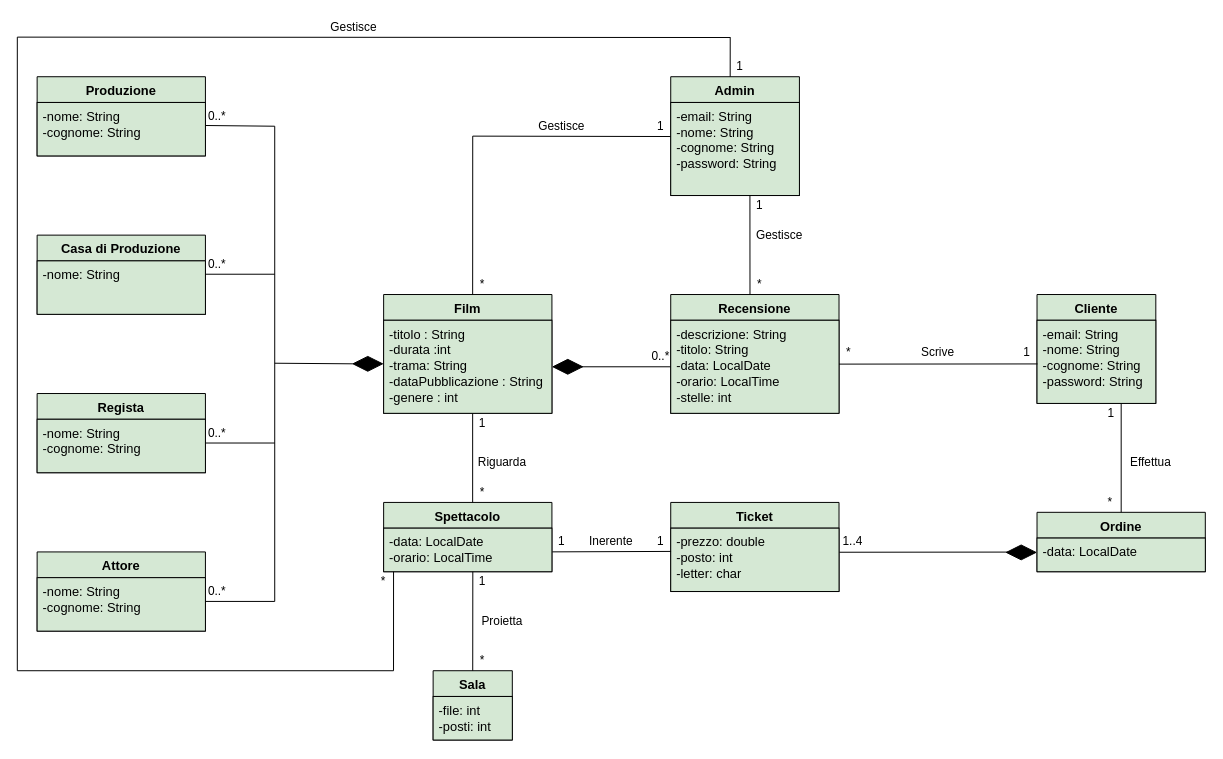
The draw.io diagram page "Page-6" (6 of 13) of Docs/Class_diagram_generale.drawio in BlooDMasK/UniCinema, before the edit. Source tidied: cells renumbered, new cells numbered last; positions are measured from the earlier drawing's top-left corner, leaving out a move shared by most shapes. Both pictures are drawn from the tidied source at 99%, with x=0, y=0 at pixel (17, 17).
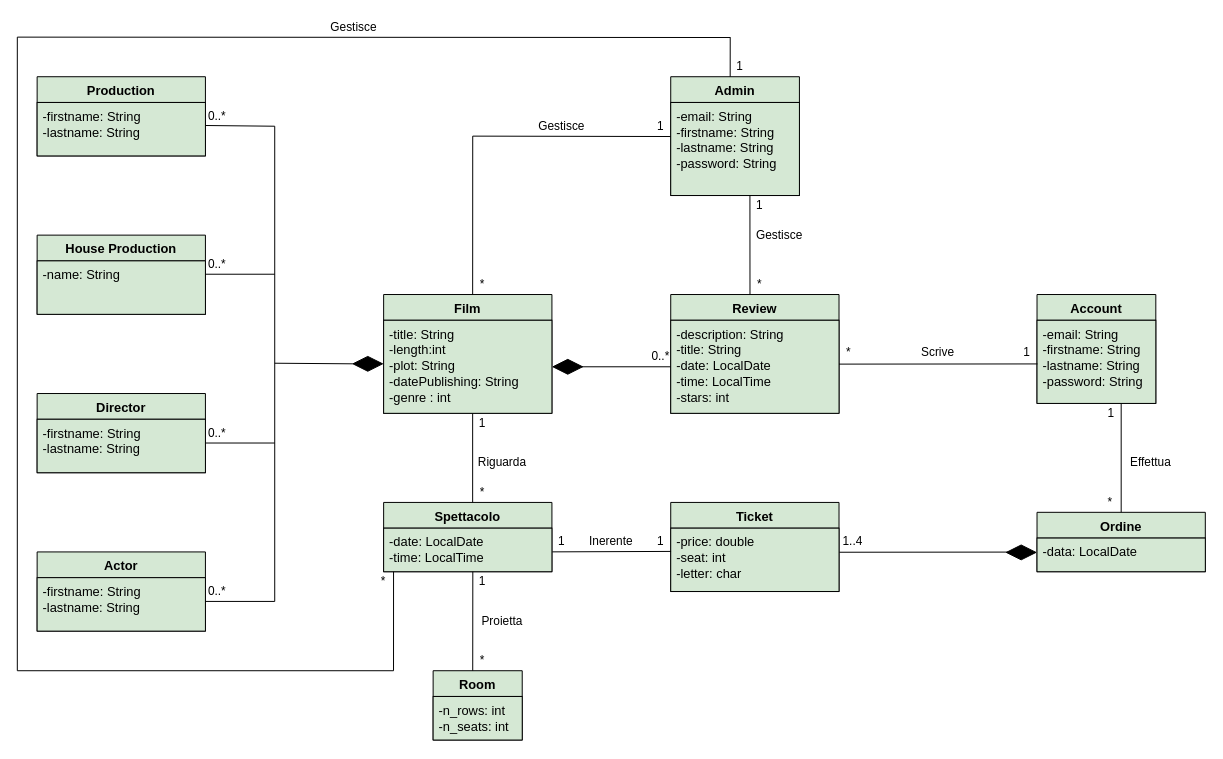
Above is the later version.

The change refers to these unchanged cells:
```xml
<mxCell id="2" value="Film" style="swimlane;fontStyle=1;align=center;verticalAlign=top;horizontal=1;startSize=26;fillColor=#d5e8d4;strokeColor=#000000;fontSize=13;" parent="1" vertex="1">
  <mxGeometry x="370" y="280" width="170" height="120" as="geometry" />
</mxCell>
<mxCell id="5" value="Admin" style="swimlane;fontStyle=1;align=center;verticalAlign=top;horizontal=1;startSize=26;fillColor=#d5e8d4;strokeColor=#000000;fontSize=13;" parent="1" vertex="1">
  <mxGeometry x="660" y="60" width="130" height="120" as="geometry" />
</mxCell>
<mxCell id="32" value="Spettacolo" style="swimlane;fontStyle=1;align=center;verticalAlign=top;horizontal=1;startSize=26;fillColor=#d5e8d4;strokeColor=#000000;fontSize=13;" parent="1" vertex="1">
  <mxGeometry x="370" y="490" width="170" height="70" as="geometry" />
</mxCell>
<mxCell id="34" style="line;strokeWidth=1;fillColor=none;align=left;verticalAlign=middle;spacingTop=-1;spacingLeft=3;spacingRight=3;labelPosition=right;points=[];portConstraint=eastwest;" parent="32" vertex="1">
  <mxGeometry y="70" width="170" as="geometry" />
</mxCell>
<mxCell id="35" value="Ticket" style="swimlane;fontStyle=1;align=center;verticalAlign=top;horizontal=1;startSize=26;fillColor=#d5e8d4;strokeColor=#000000;fontSize=13;" parent="1" vertex="1">
  <mxGeometry x="660" y="490" width="170" height="90" as="geometry" />
</mxCell>
<mxCell id="68" value="*" style="text;html=1;strokeColor=none;fillColor=none;align=center;verticalAlign=middle;whiteSpace=wrap;rounded=0;" parent="1" vertex="1">
  <mxGeometry x="460" y="640" width="20" height="20" as="geometry" />
</mxCell>
```

Change to the diagram source:
```diff
@@
-    <mxCell id="3" value="-titolo : String&#10;-durata :int&#10;-trama: String&#10;-dataPubblicazione : String &#10;-genere : int&#10; " style="text;strokeColor=#000000;fillColor=#d5e8d4;align=left;verticalAlign=top;spacingLeft=4;spacingRight=4;overflow=hidden;fontSize=13;" parent="2" vertex="1">
+    <mxCell id="3" value="-title: String&#10;-length:int&#10;-plot: String&#10;-datePublishing: String &#10;-genre : int&#10; " style="text;strokeColor=#000000;fillColor=#d5e8d4;align=left;verticalAlign=top;spacingLeft=4;spacingRight=4;overflow=hidden;fontSize=13;" parent="2" vertex="1">
       <mxGeometry y="26" width="170" height="94" as="geometry" />
     </mxCell>
@@
-    <mxCell id="6" value="-email: String&#10;-nome: String&#10;-cognome: String&#10;-password: String" style="text;strokeColor=#000000;fillColor=#d5e8d4;align=left;verticalAlign=top;spacingLeft=4;spacingRight=4;overflow=hidden;fontSize=13;" parent="5" vertex="1">
+    <mxCell id="6" value="-email: String&#10;-firstname: String&#10;-lastname: String&#10;-password: String" style="text;strokeColor=#000000;fillColor=#d5e8d4;align=left;verticalAlign=top;spacingLeft=4;spacingRight=4;overflow=hidden;fontSize=13;" parent="5" vertex="1">
       <mxGeometry y="26" width="130" height="94" as="geometry" />
     </mxCell>
@@
-    <mxCell id="8" value="Cliente" style="swimlane;fontStyle=1;align=center;verticalAlign=top;horizontal=1;startSize=26;fillColor=#d5e8d4;strokeColor=#000000;fontSize=13;" parent="1" vertex="1">
+    <mxCell id="8" value="Account" style="swimlane;fontStyle=1;align=center;verticalAlign=top;horizontal=1;startSize=26;fillColor=#d5e8d4;strokeColor=#000000;fontSize=13;" parent="1" vertex="1">
       <mxGeometry x="1030" y="280" width="120" height="110" as="geometry" />
     </mxCell>
-    <mxCell id="9" value="-email: String&#10;-nome: String&#10;-cognome: String&#10;-password: String" style="text;strokeColor=#000000;fillColor=#d5e8d4;align=left;verticalAlign=top;spacingLeft=4;spacingRight=4;overflow=hidden;points=[[0,0.5],[1,0.5]];portConstraint=eastwest;fontSize=13;" parent="8" vertex="1">
+    <mxCell id="9" value="-email: String&#10;-firstname: String&#10;-lastname: String&#10;-password: String" style="text;strokeColor=#000000;fillColor=#d5e8d4;align=left;verticalAlign=top;spacingLeft=4;spacingRight=4;overflow=hidden;points=[[0,0.5],[1,0.5]];portConstraint=eastwest;fontSize=13;" parent="8" vertex="1">
       <mxGeometry y="26" width="120" height="84" as="geometry" />
     </mxCell>
@@
-    <mxCell id="11" value="Attore" style="swimlane;fontStyle=1;align=center;verticalAlign=top;horizontal=1;startSize=26;fillColor=#d5e8d4;strokeColor=#000000;fontSize=13;" parent="1" vertex="1">
+    <mxCell id="11" value="Actor" style="swimlane;fontStyle=1;align=center;verticalAlign=top;horizontal=1;startSize=26;fillColor=#d5e8d4;strokeColor=#000000;fontSize=13;" parent="1" vertex="1">
       <mxGeometry x="20" y="540" width="170" height="80" as="geometry" />
     </mxCell>
-    <mxCell id="12" value="-nome: String&#10;-cognome: String" style="text;strokeColor=#000000;fillColor=#d5e8d4;align=left;verticalAlign=top;spacingLeft=4;spacingRight=4;overflow=hidden;fontSize=13;" parent="11" vertex="1">
+    <mxCell id="12" value="-firstname: String&#10;-lastname: String" style="text;strokeColor=#000000;fillColor=#d5e8d4;align=left;verticalAlign=top;spacingLeft=4;spacingRight=4;overflow=hidden;fontSize=13;" parent="11" vertex="1">
       <mxGeometry y="26" width="170" height="54" as="geometry" />
     </mxCell>
@@
-    <mxCell id="14" value="Regista" style="swimlane;fontStyle=1;align=center;verticalAlign=top;horizontal=1;startSize=26;fillColor=#d5e8d4;strokeColor=#000000;fontSize=13;" parent="1" vertex="1">
+    <mxCell id="14" value="Director" style="swimlane;fontStyle=1;align=center;verticalAlign=top;horizontal=1;startSize=26;fillColor=#d5e8d4;strokeColor=#000000;fontSize=13;" parent="1" vertex="1">
       <mxGeometry x="20" y="380" width="170" height="80" as="geometry" />
     </mxCell>
-    <mxCell id="15" value="-nome: String&#10;-cognome: String" style="text;strokeColor=#000000;fillColor=#d5e8d4;align=left;verticalAlign=top;spacingLeft=4;spacingRight=4;overflow=hidden;fontSize=13;" parent="14" vertex="1">
+    <mxCell id="15" value="-firstname: String&#10;-lastname: String" style="text;strokeColor=#000000;fillColor=#d5e8d4;align=left;verticalAlign=top;spacingLeft=4;spacingRight=4;overflow=hidden;fontSize=13;" parent="14" vertex="1">
       <mxGeometry y="26" width="170" height="54" as="geometry" />
     </mxCell>
@@
-    <mxCell id="17" value="Casa di Produzione" style="swimlane;fontStyle=1;align=center;verticalAlign=top;horizontal=1;startSize=26;fillColor=#d5e8d4;strokeColor=#000000;fontSize=13;" parent="1" vertex="1">
+    <mxCell id="17" value="House Production" style="swimlane;fontStyle=1;align=center;verticalAlign=top;horizontal=1;startSize=26;fillColor=#d5e8d4;strokeColor=#000000;fontSize=13;" parent="1" vertex="1">
       <mxGeometry x="20" y="220" width="170" height="80" as="geometry" />
     </mxCell>
-    <mxCell id="18" value="-nome: String" style="text;strokeColor=#000000;fillColor=#d5e8d4;align=left;verticalAlign=top;spacingLeft=4;spacingRight=4;overflow=hidden;fontSize=13;" parent="17" vertex="1">
+    <mxCell id="18" value="-name: String" style="text;strokeColor=#000000;fillColor=#d5e8d4;align=left;verticalAlign=top;spacingLeft=4;spacingRight=4;overflow=hidden;fontSize=13;" parent="17" vertex="1">
       <mxGeometry y="26" width="170" height="54" as="geometry" />
     </mxCell>
@@
-    <mxCell id="20" value="Produzione" style="swimlane;fontStyle=1;align=center;verticalAlign=top;horizontal=1;startSize=26;fillColor=#d5e8d4;strokeColor=#000000;fontSize=13;" parent="1" vertex="1">
+    <mxCell id="20" value="Production" style="swimlane;fontStyle=1;align=center;verticalAlign=top;horizontal=1;startSize=26;fillColor=#d5e8d4;strokeColor=#000000;fontSize=13;" parent="1" vertex="1">
       <mxGeometry x="20" y="60" width="170" height="80" as="geometry" />
     </mxCell>
-    <mxCell id="21" value="-nome: String&#10;-cognome: String" style="text;strokeColor=#000000;fillColor=#d5e8d4;align=left;verticalAlign=top;spacingLeft=4;spacingRight=4;overflow=hidden;points=[[0,0.5],[1,0.5]];portConstraint=eastwest;fontSize=13;" parent="20" vertex="1">
+    <mxCell id="21" value="-firstname: String&#10;-lastname: String" style="text;strokeColor=#000000;fillColor=#d5e8d4;align=left;verticalAlign=top;spacingLeft=4;spacingRight=4;overflow=hidden;points=[[0,0.5],[1,0.5]];portConstraint=eastwest;fontSize=13;" parent="20" vertex="1">
       <mxGeometry y="26" width="170" height="54" as="geometry" />
     </mxCell>
@@
-    <mxCell id="26" value="Recensione" style="swimlane;fontStyle=1;align=center;verticalAlign=top;horizontal=1;startSize=26;fillColor=#d5e8d4;strokeColor=#000000;fontSize=13;" parent="1" vertex="1">
+    <mxCell id="26" value="Review" style="swimlane;fontStyle=1;align=center;verticalAlign=top;horizontal=1;startSize=26;fillColor=#d5e8d4;strokeColor=#000000;fontSize=13;" parent="1" vertex="1">
       <mxGeometry x="660" y="280" width="170" height="120" as="geometry" />
     </mxCell>
-    <mxCell id="27" value="-descrizione: String&#10;-titolo: String&#10;-data: LocalDate&#10;-orario: LocalTime&#10;-stelle: int" style="text;strokeColor=#000000;fillColor=#d5e8d4;align=left;verticalAlign=top;spacingLeft=4;spacingRight=4;overflow=hidden;points=[[0,0.5],[1,0.5]];portConstraint=eastwest;fontSize=13;" parent="26" vertex="1">
+    <mxCell id="27" value="-description: String&#10;-title: String&#10;-date: LocalDate&#10;-time: LocalTime&#10;-stars: int" style="text;strokeColor=#000000;fillColor=#d5e8d4;align=left;verticalAlign=top;spacingLeft=4;spacingRight=4;overflow=hidden;points=[[0,0.5],[1,0.5]];portConstraint=eastwest;fontSize=13;" parent="26" vertex="1">
       <mxGeometry y="26" width="170" height="94" as="geometry" />
     </mxCell>
@@
-    <mxCell id="29" value="Sala" style="swimlane;fontStyle=1;align=center;verticalAlign=top;horizontal=1;startSize=26;fillColor=#d5e8d4;strokeColor=#000000;fontSize=13;" parent="1" vertex="1">
-      <mxGeometry x="420" y="660" width="80" height="70" as="geometry" />
+    <mxCell id="29" value="Room" style="swimlane;fontStyle=1;align=center;verticalAlign=top;horizontal=1;startSize=26;fillColor=#d5e8d4;strokeColor=#000000;fontSize=13;" parent="1" vertex="1">
+      <mxGeometry x="420" y="660" width="90" height="70" as="geometry" />
     </mxCell>
-    <mxCell id="30" value="-file: int&#10;-posti: int" style="text;strokeColor=#000000;fillColor=#d5e8d4;align=left;verticalAlign=top;spacingLeft=4;spacingRight=4;overflow=hidden;fontSize=13;" parent="29" vertex="1">
-      <mxGeometry y="26" width="80" height="44" as="geometry" />
+    <mxCell id="30" value="-n_rows: int&#10;-n_seats: int" style="text;strokeColor=#000000;fillColor=#d5e8d4;align=left;verticalAlign=top;spacingLeft=4;spacingRight=4;overflow=hidden;fontSize=13;" parent="29" vertex="1">
+      <mxGeometry y="26" width="90" height="44" as="geometry" />
     </mxCell>
     <mxCell id="31" style="line;strokeWidth=1;fillColor=none;align=left;verticalAlign=middle;spacingTop=-1;spacingLeft=3;spacingRight=3;labelPosition=right;" parent="29" vertex="1">
-      <mxGeometry y="70" width="80" as="geometry" />
+      <mxGeometry y="70" width="90" as="geometry" />
     </mxCell>
@@
-    <mxCell id="33" value="-data: LocalDate&#10;-orario: LocalTime" style="text;strokeColor=#000000;fillColor=#d5e8d4;align=left;verticalAlign=top;spacingLeft=4;spacingRight=4;overflow=hidden;points=[[0,0.5],[1,0.5]];portConstraint=eastwest;fontSize=13;" parent="32" vertex="1">
+    <mxCell id="33" value="-date: LocalDate&#10;-time: LocalTime" style="text;strokeColor=#000000;fillColor=#d5e8d4;align=left;verticalAlign=top;spacingLeft=4;spacingRight=4;overflow=hidden;points=[[0,0.5],[1,0.5]];portConstraint=eastwest;fontSize=13;" parent="32" vertex="1">
       <mxGeometry y="26" width="170" height="44" as="geometry" />
     </mxCell>
@@
-    <mxCell id="36" value="-prezzo: double&#10;-posto: int&#10;-letter: char" style="text;strokeColor=#000000;fillColor=#d5e8d4;align=left;verticalAlign=top;spacingLeft=4;spacingRight=4;overflow=hidden;points=[[0,0.5],[1,0.5]];portConstraint=eastwest;fontSize=13;" parent="35" vertex="1">
+    <mxCell id="36" value="-price: double&#10;-seat: int&#10;-letter: char" style="text;strokeColor=#000000;fillColor=#d5e8d4;align=left;verticalAlign=top;spacingLeft=4;spacingRight=4;overflow=hidden;points=[[0,0.5],[1,0.5]];portConstraint=eastwest;fontSize=13;" parent="35" vertex="1">
       <mxGeometry y="26" width="170" height="64" as="geometry" />
     </mxCell>
@@
-    <mxCell id="66" style="endArrow=none;html=1;rounded=0;entryX=0.53;entryY=0;entryDx=0;entryDy=0;entryPerimeter=0;exitX=0.5;exitY=0;exitDx=0;exitDy=0;" parent="1" edge="1" source="29" target="34">
+    <mxCell id="66" style="endArrow=none;html=1;rounded=0;entryX=0.53;entryY=0;entryDx=0;entryDy=0;entryPerimeter=0;exitX=0;exitY=1;exitDx=0;exitDy=0;" parent="1" edge="1" source="68" target="34">
       <mxGeometry relative="1" as="geometry" />
     </mxCell>
```
